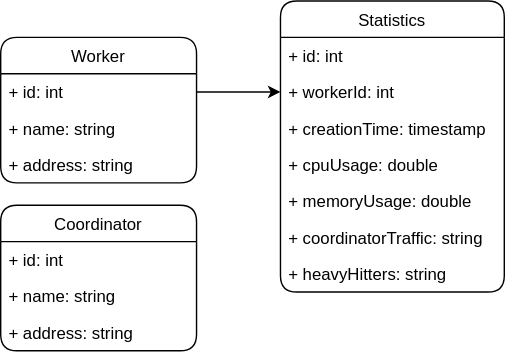
Earlier version of the draw.io export src/main/java/org/apache/sysds/runtime/controlprogram/federated/monitoring/DB-diagram.svg (apache/systemds). Source tidied: cells renumbered, new cells last; positions are measured from the earlier drawing's top-left corner, leaving out a move shared by most shapes.
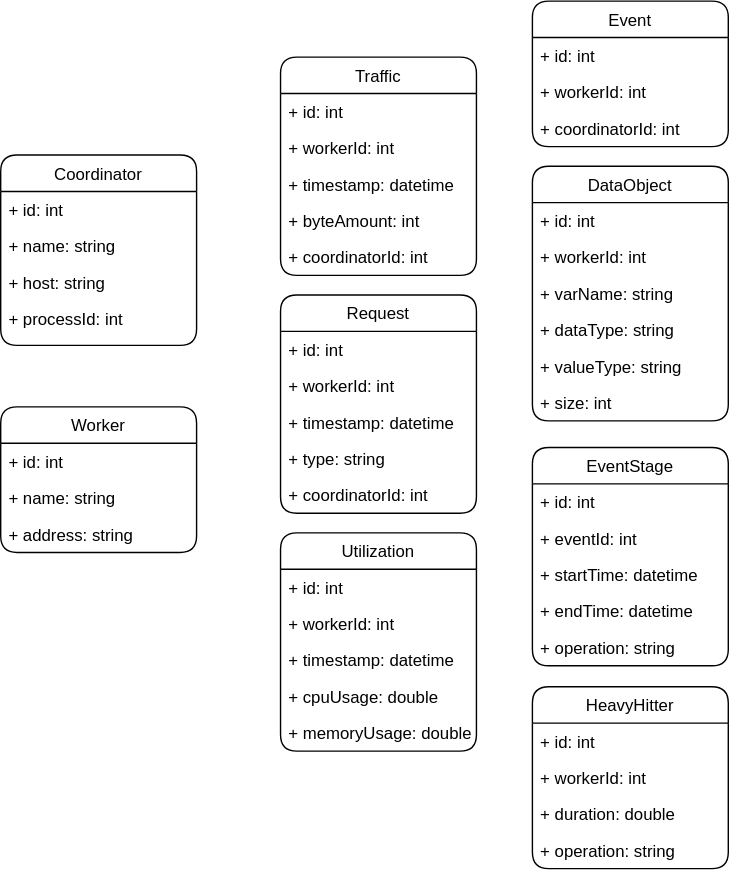
The same file after the commit.

What changed in the source:
```diff
@@ -1,9 +1,9 @@
-<mxGraphModel>
+<mxGraphModel background="#ffffff">
   <root>
     <mxCell id="0" />
     <mxCell id="1" parent="0" />
     <mxCell id="2" value="Worker" style="swimlane;fontStyle=0;horizontal=1;startSize=26;fillColor=none;rounded=1;" parent="1" vertex="1">
-      <mxGeometry y="26" width="140" height="104" as="geometry" />
+      <mxGeometry x="40" y="126" width="140" height="104" as="geometry" />
     </mxCell>
     <mxCell id="3" value="+ id: int" style="text;strokeColor=none;fillColor=none;align=left;verticalAlign=top;spacingLeft=4;spacingRight=4;overflow=hidden;points=[[0,0.5],[1,0.5]];portConstraint=eastwest;rounded=1;" parent="2" vertex="1">
       <mxGeometry y="26" width="140" height="26" as="geometry" />
@@ -15,7 +15,7 @@
       <mxGeometry y="78" width="140" height="26" as="geometry" />
     </mxCell>
     <mxCell id="6" value="Coordinator" style="swimlane;fontStyle=0;horizontal=1;startSize=26;fillColor=none;rounded=1;" parent="1" vertex="1">
-      <mxGeometry y="146" width="140" height="104" as="geometry" />
+      <mxGeometry x="40" y="-54" width="140" height="136" as="geometry" />
     </mxCell>
     <mxCell id="7" value="+ id: int" style="text;strokeColor=none;fillColor=none;align=left;verticalAlign=top;spacingLeft=4;spacingRight=4;overflow=hidden;rounded=1;" parent="6" vertex="1">
       <mxGeometry y="26" width="140" height="26" as="geometry" />
@@ -23,40 +23,131 @@
     <mxCell id="8" value="+ name: string" style="text;strokeColor=none;fillColor=none;align=left;verticalAlign=top;spacingLeft=4;spacingRight=4;overflow=hidden;rounded=1;" parent="6" vertex="1">
       <mxGeometry y="52" width="140" height="26" as="geometry" />
     </mxCell>
+    <mxCell id="19" value="+ host: string" style="text;strokeColor=none;fillColor=none;align=left;verticalAlign=top;spacingLeft=4;spacingRight=4;overflow=hidden;rounded=1;" parent="6" vertex="1">
+      <mxGeometry y="78" width="140" height="26" as="geometry" />
+    </mxCell>
-    <mxCell id="9" value="+ address: string" style="text;strokeColor=none;fillColor=none;align=left;verticalAlign=top;spacingLeft=4;spacingRight=4;overflow=hidden;rounded=1;" parent="6" vertex="1">
-      <mxGeometry y="78" width="140" height="26" as="geometry" />
+    <mxCell id="9" value="+ processId: int" style="text;strokeColor=none;fillColor=none;align=left;verticalAlign=top;spacingLeft=4;spacingRight=4;overflow=hidden;rounded=1;" parent="6" vertex="1">
+      <mxGeometry y="104" width="140" height="32" as="geometry" />
     </mxCell>
-    <mxCell id="10" value="Statistics" style="swimlane;fontStyle=0;horizontal=1;startSize=26;fillColor=none;rounded=1;" parent="1" vertex="1">
-      <mxGeometry x="200" width="160" height="208" as="geometry" />
-    </mxCell>
-    <mxCell id="11" value="+ id: int" style="text;strokeColor=none;fillColor=none;align=left;verticalAlign=top;spacingLeft=4;spacingRight=4;overflow=hidden;rounded=1;" parent="10" vertex="1">
-      <mxGeometry y="26" width="160" height="26" as="geometry" />
-    </mxCell>
-    <mxCell id="12" value="+ workerId: int" style="text;strokeColor=none;fillColor=none;align=left;verticalAlign=top;spacingLeft=4;spacingRight=4;overflow=hidden;points=[[0,0.5],[1,0.5]];portConstraint=eastwest;rounded=1;" parent="10" vertex="1">
-      <mxGeometry y="52" width="160" height="26" as="geometry" />
-    </mxCell>
-    <mxCell id="13" value="+ creationTime: timestamp" style="text;strokeColor=none;fillColor=none;align=left;verticalAlign=top;spacingLeft=4;spacingRight=4;overflow=hidden;rounded=1;" parent="10" vertex="1">
-      <mxGeometry y="78" width="160" height="26" as="geometry" />
-    </mxCell>
+    <mxCell id="20" value="Utilization" style="swimlane;fontStyle=0;horizontal=1;startSize=26;fillColor=none;rounded=1;" parent="1" vertex="1">
+      <mxGeometry x="240" y="216" width="140" height="156" as="geometry" />
+    </mxCell>
+    <mxCell id="21" value="+ id: int" style="text;strokeColor=none;fillColor=none;align=left;verticalAlign=top;spacingLeft=4;spacingRight=4;overflow=hidden;rounded=1;" parent="20" vertex="1">
+      <mxGeometry y="26" width="140" height="26" as="geometry" />
+    </mxCell>
+    <mxCell id="22" value="+ workerId: int" style="text;strokeColor=none;fillColor=none;align=left;verticalAlign=top;spacingLeft=4;spacingRight=4;overflow=hidden;rounded=1;" parent="20" vertex="1">
+      <mxGeometry y="52" width="140" height="26" as="geometry" />
+    </mxCell>
+    <mxCell id="23" value="+ timestamp: datetime" style="text;strokeColor=none;fillColor=none;align=left;verticalAlign=top;spacingLeft=4;spacingRight=4;overflow=hidden;rounded=1;" parent="20" vertex="1">
+      <mxGeometry y="78" width="140" height="26" as="geometry" />
+    </mxCell>
-    <mxCell id="14" value="+ cpuUsage: double" style="text;strokeColor=none;fillColor=none;align=left;verticalAlign=top;spacingLeft=4;spacingRight=4;overflow=hidden;rounded=1;" parent="10" vertex="1">
-      <mxGeometry y="104" width="160" height="26" as="geometry" />
+    <mxCell id="14" value="+ cpuUsage: double" style="text;strokeColor=none;fillColor=none;align=left;verticalAlign=top;spacingLeft=4;spacingRight=4;overflow=hidden;rounded=1;" parent="20" vertex="1">
+      <mxGeometry y="104" width="140" height="26" as="geometry" />
     </mxCell>
-    <mxCell id="15" value="+ memoryUsage: double" style="text;strokeColor=none;fillColor=none;align=left;verticalAlign=top;spacingLeft=4;spacingRight=4;overflow=hidden;rounded=1;" parent="10" vertex="1">
-      <mxGeometry y="130" width="160" height="26" as="geometry" />
+    <mxCell id="15" value="+ memoryUsage: double" style="text;strokeColor=none;fillColor=none;align=left;verticalAlign=top;spacingLeft=4;spacingRight=4;overflow=hidden;rounded=1;" parent="20" vertex="1">
+      <mxGeometry y="130" width="140" height="26" as="geometry" />
     </mxCell>
-    <mxCell id="16" value="+ coordinatorTraffic: string" style="text;strokeColor=none;fillColor=none;align=left;verticalAlign=top;spacingLeft=4;spacingRight=4;overflow=hidden;rounded=1;" parent="10" vertex="1">
-      <mxGeometry y="156" width="160" height="26" as="geometry" />
-    </mxCell>
-    <mxCell id="17" value="+ heavyHitters: string" style="text;strokeColor=none;fillColor=none;align=left;verticalAlign=top;spacingLeft=4;spacingRight=4;overflow=hidden;rounded=1;" parent="10" vertex="1">
-      <mxGeometry y="182" width="160" height="26" as="geometry" />
-    </mxCell>
-    <mxCell id="18" style="edgeStyle=orthogonalEdgeStyle;rounded=1;jettySize=auto;html=1;endArrow=classic;endFill=1;" parent="1" edge="1" source="3" target="12">
-      <mxGeometry relative="1" as="geometry">
-        <Array as="points">
-          <mxPoint x="190" y="65" />
-          <mxPoint x="190" y="65" />
-        </Array>
-      </mxGeometry>
-    </mxCell>
+    <mxCell id="24" value="DataObject" style="swimlane;fontStyle=0;horizontal=1;startSize=26;fillColor=none;rounded=1;" parent="1" vertex="1">
+      <mxGeometry x="420" y="-46" width="140" height="182" as="geometry" />
+    </mxCell>
+    <mxCell id="25" value="+ id: int" style="text;strokeColor=none;fillColor=none;align=left;verticalAlign=top;spacingLeft=4;spacingRight=4;overflow=hidden;rounded=1;" parent="24" vertex="1">
+      <mxGeometry y="26" width="140" height="26" as="geometry" />
+    </mxCell>
+    <mxCell id="26" value="+ workerId: int" style="text;strokeColor=none;fillColor=none;align=left;verticalAlign=top;spacingLeft=4;spacingRight=4;overflow=hidden;rounded=1;" parent="24" vertex="1">
+      <mxGeometry y="52" width="140" height="26" as="geometry" />
+    </mxCell>
+    <mxCell id="27" value="+ varName: string" style="text;strokeColor=none;fillColor=none;align=left;verticalAlign=top;spacingLeft=4;spacingRight=4;overflow=hidden;rounded=1;" parent="24" vertex="1">
+      <mxGeometry y="78" width="140" height="26" as="geometry" />
+    </mxCell>
+    <mxCell id="28" value="+ dataType: string" style="text;strokeColor=none;fillColor=none;align=left;verticalAlign=top;spacingLeft=4;spacingRight=4;overflow=hidden;rounded=1;" parent="24" vertex="1">
+      <mxGeometry y="104" width="140" height="26" as="geometry" />
+    </mxCell>
+    <mxCell id="29" value="+ valueType: string" style="text;strokeColor=none;fillColor=none;align=left;verticalAlign=top;spacingLeft=4;spacingRight=4;overflow=hidden;rounded=1;" parent="24" vertex="1">
+      <mxGeometry y="130" width="140" height="26" as="geometry" />
+    </mxCell>
+    <mxCell id="30" value="+ size: int" style="text;strokeColor=none;fillColor=none;align=left;verticalAlign=top;spacingLeft=4;spacingRight=4;overflow=hidden;rounded=1;" parent="24" vertex="1">
+      <mxGeometry y="156" width="140" height="26" as="geometry" />
+    </mxCell>
+    <mxCell id="31" value="Traffic" style="swimlane;fontStyle=0;horizontal=1;startSize=26;fillColor=none;rounded=1;" parent="1" vertex="1">
+      <mxGeometry x="240" y="-124" width="140" height="156" as="geometry" />
+    </mxCell>
+    <mxCell id="32" value="+ id: int" style="text;strokeColor=none;fillColor=none;align=left;verticalAlign=top;spacingLeft=4;spacingRight=4;overflow=hidden;rounded=1;" parent="31" vertex="1">
+      <mxGeometry y="26" width="140" height="26" as="geometry" />
+    </mxCell>
+    <mxCell id="33" value="+ workerId: int" style="text;strokeColor=none;fillColor=none;align=left;verticalAlign=top;spacingLeft=4;spacingRight=4;overflow=hidden;rounded=1;" parent="31" vertex="1">
+      <mxGeometry y="52" width="140" height="26" as="geometry" />
+    </mxCell>
+    <mxCell id="34" value="+ timestamp: datetime" style="text;strokeColor=none;fillColor=none;align=left;verticalAlign=top;spacingLeft=4;spacingRight=4;overflow=hidden;rounded=1;" parent="31" vertex="1">
+      <mxGeometry y="78" width="140" height="26" as="geometry" />
+    </mxCell>
+    <mxCell id="35" value="+ byteAmount: int" style="text;strokeColor=none;fillColor=none;align=left;verticalAlign=top;spacingLeft=4;spacingRight=4;overflow=hidden;rounded=1;" parent="31" vertex="1">
+      <mxGeometry y="104" width="140" height="26" as="geometry" />
+    </mxCell>
+    <mxCell id="36" value="+ coordinatorId: int" style="text;strokeColor=none;fillColor=none;align=left;verticalAlign=top;spacingLeft=4;spacingRight=4;overflow=hidden;rounded=1;" parent="31" vertex="1">
+      <mxGeometry y="130" width="140" height="26" as="geometry" />
+    </mxCell>
+    <mxCell id="37" value="EventStage" style="swimlane;fontStyle=0;horizontal=1;startSize=26;fillColor=none;rounded=1;" parent="1" vertex="1">
+      <mxGeometry x="420" y="155" width="140" height="156" as="geometry" />
+    </mxCell>
+    <mxCell id="38" value="+ id: int" style="text;strokeColor=none;fillColor=none;align=left;verticalAlign=top;spacingLeft=4;spacingRight=4;overflow=hidden;rounded=1;" parent="37" vertex="1">
+      <mxGeometry y="26" width="140" height="26" as="geometry" />
+    </mxCell>
+    <mxCell id="39" value="+ eventId: int" style="text;strokeColor=none;fillColor=none;align=left;verticalAlign=top;spacingLeft=4;spacingRight=4;overflow=hidden;rounded=1;" parent="37" vertex="1">
+      <mxGeometry y="52" width="140" height="26" as="geometry" />
+    </mxCell>
+    <mxCell id="40" value="+ startTime: datetime" style="text;strokeColor=none;fillColor=none;align=left;verticalAlign=top;spacingLeft=4;spacingRight=4;overflow=hidden;rounded=1;" parent="37" vertex="1">
+      <mxGeometry y="78" width="140" height="26" as="geometry" />
+    </mxCell>
+    <mxCell id="41" value="+ endTime: datetime" style="text;strokeColor=none;fillColor=none;align=left;verticalAlign=top;spacingLeft=4;spacingRight=4;overflow=hidden;rounded=1;" parent="37" vertex="1">
+      <mxGeometry y="104" width="140" height="26" as="geometry" />
+    </mxCell>
+    <mxCell id="42" value="+ operation: string" style="text;strokeColor=none;fillColor=none;align=left;verticalAlign=top;spacingLeft=4;spacingRight=4;overflow=hidden;rounded=1;" parent="37" vertex="1">
+      <mxGeometry y="130" width="140" height="26" as="geometry" />
+    </mxCell>
+    <mxCell id="43" value="Request" style="swimlane;fontStyle=0;horizontal=1;startSize=26;fillColor=none;rounded=1;" parent="1" vertex="1">
+      <mxGeometry x="240" y="46" width="140" height="156" as="geometry" />
+    </mxCell>
+    <mxCell id="44" value="+ id: int" style="text;strokeColor=none;fillColor=none;align=left;verticalAlign=top;spacingLeft=4;spacingRight=4;overflow=hidden;rounded=1;" parent="43" vertex="1">
+      <mxGeometry y="26" width="140" height="26" as="geometry" />
+    </mxCell>
+    <mxCell id="45" value="+ workerId: int" style="text;strokeColor=none;fillColor=none;align=left;verticalAlign=top;spacingLeft=4;spacingRight=4;overflow=hidden;rounded=1;" parent="43" vertex="1">
+      <mxGeometry y="52" width="140" height="26" as="geometry" />
+    </mxCell>
+    <mxCell id="46" value="+ timestamp: datetime" style="text;strokeColor=none;fillColor=none;align=left;verticalAlign=top;spacingLeft=4;spacingRight=4;overflow=hidden;rounded=1;" parent="43" vertex="1">
+      <mxGeometry y="78" width="140" height="26" as="geometry" />
+    </mxCell>
+    <mxCell id="47" value="+ type: string" style="text;strokeColor=none;fillColor=none;align=left;verticalAlign=top;spacingLeft=4;spacingRight=4;overflow=hidden;rounded=1;" parent="43" vertex="1">
+      <mxGeometry y="104" width="140" height="26" as="geometry" />
+    </mxCell>
+    <mxCell id="48" value="+ coordinatorId: int" style="text;strokeColor=none;fillColor=none;align=left;verticalAlign=top;spacingLeft=4;spacingRight=4;overflow=hidden;rounded=1;" parent="43" vertex="1">
+      <mxGeometry y="130" width="140" height="26" as="geometry" />
+    </mxCell>
+    <mxCell id="49" value="Event" style="swimlane;fontStyle=0;horizontal=1;startSize=26;fillColor=none;rounded=1;" parent="1" vertex="1">
+      <mxGeometry x="420" y="-164" width="140" height="104" as="geometry" />
+    </mxCell>
+    <mxCell id="50" value="+ id: int" style="text;strokeColor=none;fillColor=none;align=left;verticalAlign=top;spacingLeft=4;spacingRight=4;overflow=hidden;rounded=1;" parent="49" vertex="1">
+      <mxGeometry y="26" width="140" height="26" as="geometry" />
+    </mxCell>
+    <mxCell id="51" value="+ workerId: int" style="text;strokeColor=none;fillColor=none;align=left;verticalAlign=top;spacingLeft=4;spacingRight=4;overflow=hidden;rounded=1;" parent="49" vertex="1">
+      <mxGeometry y="52" width="140" height="26" as="geometry" />
+    </mxCell>
+    <mxCell id="52" value="+ coordinatorId: int" style="text;strokeColor=none;fillColor=none;align=left;verticalAlign=top;spacingLeft=4;spacingRight=4;overflow=hidden;rounded=1;" parent="49" vertex="1">
+      <mxGeometry y="78" width="140" height="26" as="geometry" />
+    </mxCell>
+    <mxCell id="53" value="HeavyHitter" style="swimlane;fontStyle=0;horizontal=1;startSize=26;fillColor=none;rounded=1;" parent="1" vertex="1">
+      <mxGeometry x="420" y="326" width="140" height="130" as="geometry" />
+    </mxCell>
+    <mxCell id="54" value="+ id: int" style="text;strokeColor=none;fillColor=none;align=left;verticalAlign=top;spacingLeft=4;spacingRight=4;overflow=hidden;rounded=1;" parent="53" vertex="1">
+      <mxGeometry y="26" width="140" height="26" as="geometry" />
+    </mxCell>
+    <mxCell id="55" value="+ workerId: int" style="text;strokeColor=none;fillColor=none;align=left;verticalAlign=top;spacingLeft=4;spacingRight=4;overflow=hidden;rounded=1;" parent="53" vertex="1">
+      <mxGeometry y="52" width="140" height="26" as="geometry" />
+    </mxCell>
+    <mxCell id="56" value="+ duration: double" style="text;strokeColor=none;fillColor=none;align=left;verticalAlign=top;spacingLeft=4;spacingRight=4;overflow=hidden;rounded=1;" parent="53" vertex="1">
+      <mxGeometry y="78" width="140" height="26" as="geometry" />
+    </mxCell>
+    <mxCell id="57" value="+ operation: string" style="text;strokeColor=none;fillColor=none;align=left;verticalAlign=top;spacingLeft=4;spacingRight=4;overflow=hidden;rounded=1;" parent="53" vertex="1">
+      <mxGeometry y="104" width="140" height="26" as="geometry" />
+    </mxCell>
   </root>
 </mxGraphModel>
```
